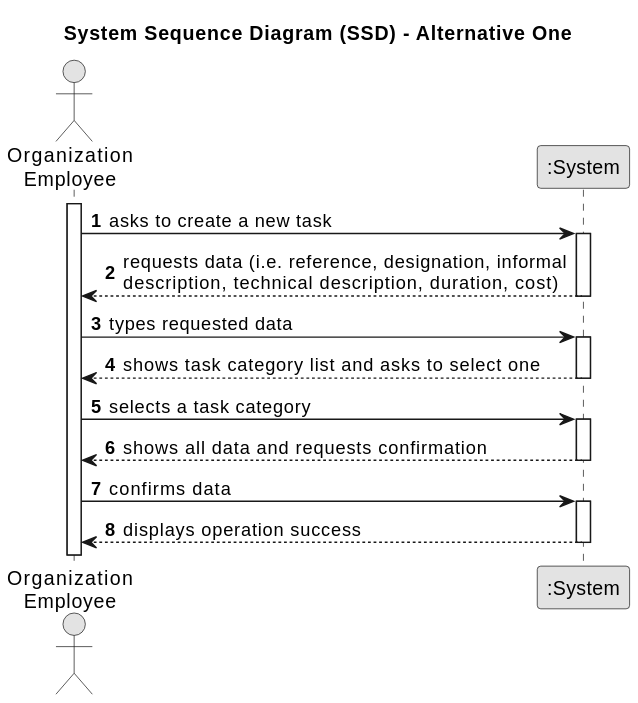
This is docs/sprintA/us002/01.requirements-engineering/svg/us002-system-sequence-diagram-alternative-one.svg from 1231360-ISEP/lei-24-s2-1db-g021, a PlantUML export, as it was before one commit. The source it was exported from:
```plantuml
@startuml
skinparam monochrome true
skinparam packageStyle rectangle
skinparam shadowing false

title System Sequence Diagram (SSD) - Alternative One

autonumber

actor "Organization\nEmployee" as Employee
participant ":System" as System

activate Employee

    Employee -> System : asks to create a new task
    activate System

        System --> Employee : requests data (i.e. reference, designation, informal\ndescription, technical description, duration, cost)
    deactivate System

    Employee -> System : types requested data
    activate System

        System --> Employee : shows task category list and asks to select one
    deactivate System

    Employee -> System : selects a task category
    activate System

        System --> Employee : shows all data and requests confirmation
    deactivate System

    Employee -> System : confirms data
    activate System

        System --> Employee : displays operation success
    deactivate System
@enduml
```
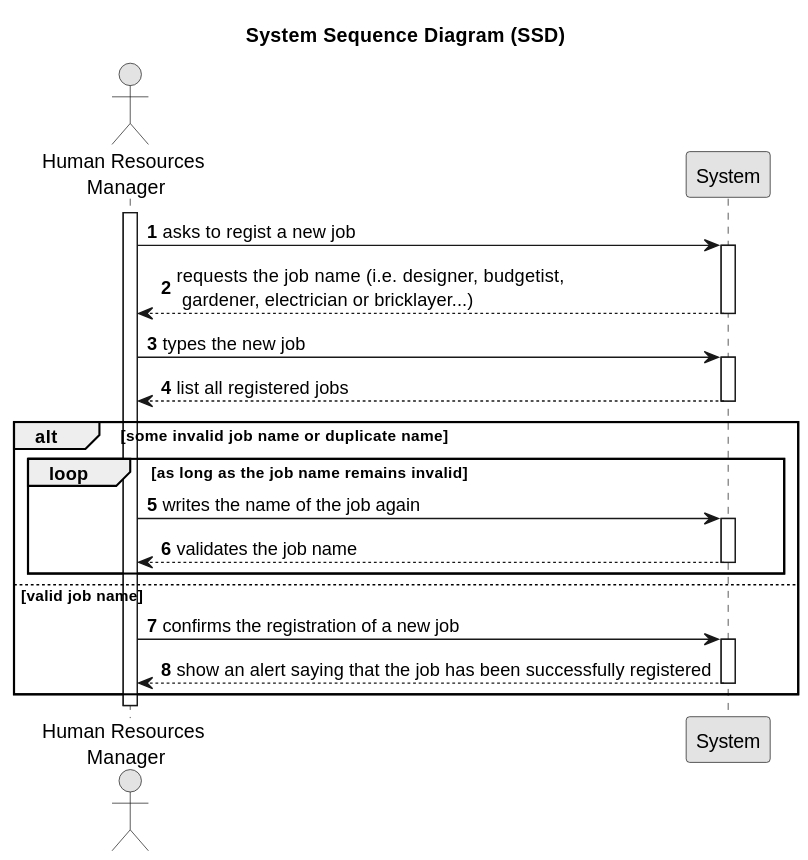
Later version of the same file.

Change to the diagram source:
```diff
@@ -3,36 +3,40 @@
 skinparam packageStyle rectangle
 skinparam shadowing false
 
-title System Sequence Diagram (SSD) - Alternative One
+title System Sequence Diagram (SSD)
 
 autonumber
 
-actor "Organization\nEmployee" as Employee
-participant ":System" as System
+actor "Human Resources \nManager" as HRM
+participant "System" as System
 
-activate Employee
+activate HRM
 
-    Employee -> System : asks to create a new task
-    activate System
+    HRM -> System : asks to regist a new job
+        activate System
 
-        System --> Employee : requests data (i.e. reference, designation, informal\ndescription, technical description, duration, cost)
-    deactivate System
+    System --> HRM : requests the job name (i.e.  designer, budgetist,\n gardener, electrician or bricklayer...)
+        deactivate System
 
-    Employee -> System : types requested data
-    activate System
+    HRM -> System : types the new job
+        activate System
 
-        System --> Employee : shows task category list and asks to select one
-    deactivate System
+    System --> HRM : list all registered jobs
+        deactivate System
 
-    Employee -> System : selects a task category
-    activate System
+    alt some invalid job name or duplicate name
+        loop as long as the job name remains invalid
+            HRM -> System : writes the name of the job again
+                activate System
 
-        System --> Employee : shows all data and requests confirmation
-    deactivate System
+            System --> HRM : validates the job name
+                deactivate System
+        end
+    else valid job name
+        HRM -> System : confirms the registration of a new job
+            activate System
 
-    Employee -> System : confirms data
-    activate System
-
-        System --> Employee : displays operation success
-    deactivate System
+        System --> HRM : show an alert saying that the job has been successfully registered
+            deactivate System
+    end
 @enduml
```
